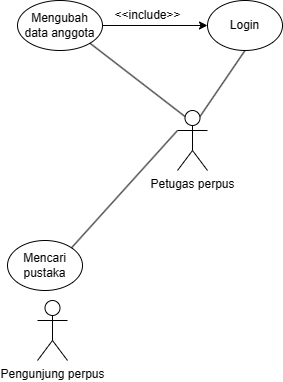
The draw.io diagram Latihan.drawio.png in mahesri/uml_ads_sms3, before a commit. Source tidied: cells renumbered, new cells last; positions are measured from the earlier drawing's top-left corner, leaving out a move shared by most shapes.
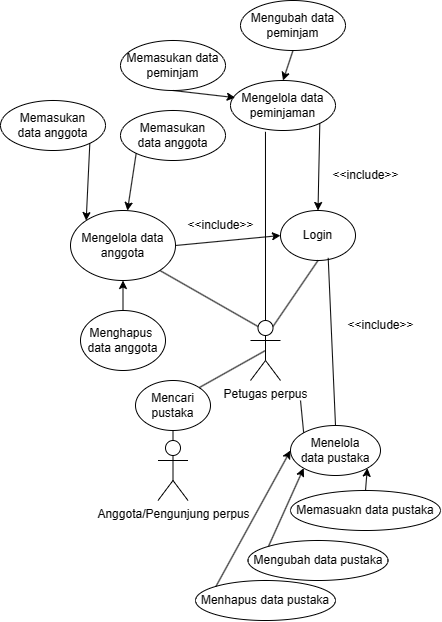
After the commit.

Diff of the diagram source:
```diff
@@ -2,8 +2,8 @@
   <root>
     <mxCell id="0" />
     <mxCell id="1" parent="0" />
-    <mxCell id="2" value="Pengunjung perpus" style="shape=umlActor;verticalLabelPosition=bottom;verticalAlign=top;html=1;outlineConnect=0;" parent="1" vertex="1">
-      <mxGeometry x="30" y="300" width="30" height="60" as="geometry" />
+    <mxCell id="2" value="Anggota/Pengunjung perpus" style="shape=umlActor;verticalLabelPosition=bottom;verticalAlign=top;html=1;outlineConnect=0;" parent="1" vertex="1">
+      <mxGeometry x="77.5" y="230" width="30" height="60" as="geometry" />
     </mxCell>
     <mxCell id="3" value="Petugas perpus" style="shape=umlActor;verticalLabelPosition=bottom;verticalAlign=top;html=1;outlineConnect=0;" parent="1" vertex="1">
       <mxGeometry x="170" y="110" width="30" height="60" as="geometry" />
@@ -14,8 +14,8 @@
     <mxCell id="5" style="endArrow=none;html=1;rounded=0;entryX=0.5;entryY=1;entryDx=0;entryDy=0;exitX=0.75;exitY=0.1;exitDx=0;exitDy=0;exitPerimeter=0;" parent="1" edge="1" source="3" target="4">
       <mxGeometry relative="1" as="geometry" />
     </mxCell>
-    <mxCell id="6" value="Mengubah data anggota" style="ellipse;whiteSpace=wrap;html=1;" parent="1" vertex="1">
-      <mxGeometry x="10" width="85" height="50" as="geometry" />
+    <mxCell id="6" value="Mengelola data anggota" style="ellipse;whiteSpace=wrap;html=1;" parent="1" vertex="1">
+      <mxGeometry x="-10" width="105" height="70" as="geometry" />
     </mxCell>
     <mxCell id="7" style="endArrow=none;html=1;rounded=0;entryX=1;entryY=1;entryDx=0;entryDy=0;exitX=0.25;exitY=0.1;exitDx=0;exitDy=0;exitPerimeter=0;" parent="1" edge="1" source="3" target="6">
       <mxGeometry relative="1" as="geometry" />
@@ -27,10 +27,87 @@
       <mxGeometry x="95" width="90" height="30" as="geometry" />
     </mxCell>
     <mxCell id="10" value="Mencari pustaka" style="ellipse;whiteSpace=wrap;html=1;" parent="1" vertex="1">
-      <mxGeometry y="240" width="75" height="50" as="geometry" />
+      <mxGeometry x="55" y="170" width="75" height="50" as="geometry" />
     </mxCell>
-    <mxCell id="11" style="endArrow=none;html=1;rounded=0;entryX=1;entryY=0;entryDx=0;entryDy=0;exitX=0;exitY=0.3333333333333333;exitDx=0;exitDy=0;exitPerimeter=0;" parent="1" edge="1" source="3" target="10">
+    <mxCell id="11" style="endArrow=none;html=1;rounded=0;entryX=1;entryY=0;entryDx=0;entryDy=0;exitX=0.5;exitY=0.5;exitDx=0;exitDy=0;exitPerimeter=0;" parent="1" edge="1" source="3" target="10">
       <mxGeometry relative="1" as="geometry" />
     </mxCell>
+    <mxCell id="12" style="endArrow=none;html=1;rounded=0;entryX=0.5;entryY=1;entryDx=0;entryDy=0;exitX=0.5;exitY=0;exitDx=0;exitDy=0;exitPerimeter=0;" parent="1" edge="1" source="2" target="10">
+      <mxGeometry relative="1" as="geometry" />
+    </mxCell>
+    <mxCell id="13" value="Mengelola data peminjaman" style="ellipse;whiteSpace=wrap;html=1;" parent="1" vertex="1">
+      <mxGeometry x="150" y="-130" width="105" height="50" as="geometry" />
+    </mxCell>
+    <mxCell id="14" style="endArrow=none;html=1;rounded=0;entryX=0.333;entryY=1.026;entryDx=0;entryDy=0;exitX=0.5;exitY=0;exitDx=0;exitDy=0;exitPerimeter=0;entryPerimeter=0;" parent="1" edge="1" source="3" target="13">
+      <mxGeometry relative="1" as="geometry" />
+    </mxCell>
+    <mxCell id="15" style="endArrow=classic;html=1;rounded=0;exitX=1;exitY=1;exitDx=0;exitDy=0;entryX=0.5;entryY=0;entryDx=0;entryDy=0;" parent="1" edge="1" source="13" target="4">
+      <mxGeometry relative="1" as="geometry" />
+    </mxCell>
+    <mxCell id="16" value="&amp;lt;&amp;lt;include&amp;gt;&amp;gt;" style="text;html=1;align=center;verticalAlign=middle;strokeColor=none;fillColor=none;" parent="1" vertex="1">
+      <mxGeometry x="240" y="-50" width="90" height="30" as="geometry" />
+    </mxCell>
+    <mxCell id="17" value="Mengubah data peminjam" style="ellipse;whiteSpace=wrap;html=1;" parent="1" vertex="1">
+      <mxGeometry x="160" y="-210" width="105" height="50" as="geometry" />
+    </mxCell>
+    <mxCell id="18" style="endArrow=classic;html=1;rounded=0;exitX=0.5;exitY=1;exitDx=0;exitDy=0;entryX=0.5;entryY=0;entryDx=0;entryDy=0;" parent="1" edge="1" source="17" target="13">
+      <mxGeometry relative="1" as="geometry" />
+    </mxCell>
+    <mxCell id="19" value="Memasukan data peminjam" style="ellipse;whiteSpace=wrap;html=1;" parent="1" vertex="1">
+      <mxGeometry x="40" y="-170" width="105" height="50" as="geometry" />
+    </mxCell>
+    <mxCell id="20" style="endArrow=classic;html=1;rounded=0;exitX=0.5;exitY=1;exitDx=0;exitDy=0;entryX=0.045;entryY=0.343;entryDx=0;entryDy=0;entryPerimeter=0;" parent="1" edge="1" source="19" target="13">
+      <mxGeometry relative="1" as="geometry" />
+    </mxCell>
+    <mxCell id="21" value="Memasukan&lt;br&gt;data anggota" style="ellipse;whiteSpace=wrap;html=1;" parent="1" vertex="1">
+      <mxGeometry x="40" y="-100" width="105" height="50" as="geometry" />
+    </mxCell>
+    <mxCell id="22" style="endArrow=classic;html=1;rounded=0;exitX=0;exitY=1;exitDx=0;exitDy=0;" parent="1" edge="1" source="21" target="6">
+      <mxGeometry relative="1" as="geometry" />
+    </mxCell>
+    <mxCell id="23" value="Memasukan&lt;br&gt;data anggota" style="ellipse;whiteSpace=wrap;html=1;" parent="1" vertex="1">
+      <mxGeometry x="-80" y="-110" width="105" height="50" as="geometry" />
+    </mxCell>
+    <mxCell id="24" style="endArrow=classic;html=1;rounded=0;exitX=1;exitY=1;exitDx=0;exitDy=0;entryX=0;entryY=0;entryDx=0;entryDy=0;" parent="1" edge="1" source="23" target="6">
+      <mxGeometry relative="1" as="geometry" />
+    </mxCell>
+    <mxCell id="25" value="Menghapus&amp;nbsp;&lt;br&gt;data anggota" style="ellipse;whiteSpace=wrap;html=1;" parent="1" vertex="1">
+      <mxGeometry y="100" width="85" height="60" as="geometry" />
+    </mxCell>
+    <mxCell id="26" style="endArrow=classic;html=1;rounded=0;entryX=0.5;entryY=1;entryDx=0;entryDy=0;exitX=0.5;exitY=0;exitDx=0;exitDy=0;" parent="1" edge="1" source="25" target="6">
+      <mxGeometry relative="1" as="geometry" />
+    </mxCell>
+    <mxCell id="27" value="Menelola&lt;br&gt;data pustaka" style="ellipse;whiteSpace=wrap;html=1;" parent="1" vertex="1">
+      <mxGeometry x="210" y="215" width="90" height="50" as="geometry" />
+    </mxCell>
+    <mxCell id="28" style="endArrow=none;html=1;rounded=0;exitX=0;exitY=0;exitDx=0;exitDy=0;" parent="1" edge="1" source="27">
+      <mxGeometry relative="1" as="geometry">
+        <mxPoint x="220" y="190" as="targetPoint" />
+      </mxGeometry>
+    </mxCell>
+    <mxCell id="29" style="endArrow=none;html=1;rounded=0;entryX=0.636;entryY=0.948;entryDx=0;entryDy=0;entryPerimeter=0;exitX=0.5;exitY=0;exitDx=0;exitDy=0;" parent="1" edge="1" source="27" target="4">
+      <mxGeometry relative="1" as="geometry" />
+    </mxCell>
+    <mxCell id="30" value="&amp;lt;&amp;lt;include&amp;gt;&amp;gt;" style="text;html=1;align=center;verticalAlign=middle;strokeColor=none;fillColor=none;" parent="1" vertex="1">
+      <mxGeometry x="255" y="100" width="90" height="30" as="geometry" />
+    </mxCell>
+    <mxCell id="31" value="Menhapus data pustaka" style="ellipse;whiteSpace=wrap;html=1;" parent="1" vertex="1">
+      <mxGeometry x="115" y="370" width="140" height="40" as="geometry" />
+    </mxCell>
+    <mxCell id="32" value="Mengubah data pustaka" style="ellipse;whiteSpace=wrap;html=1;" parent="1" vertex="1">
+      <mxGeometry x="167.5" y="330" width="140" height="40" as="geometry" />
+    </mxCell>
+    <mxCell id="33" value="Memasuakn data pustaka" style="ellipse;whiteSpace=wrap;html=1;" parent="1" vertex="1">
+      <mxGeometry x="210" y="280" width="150" height="40" as="geometry" />
+    </mxCell>
+    <mxCell id="34" style="endArrow=classic;html=1;rounded=0;entryX=1;entryY=1;entryDx=0;entryDy=0;exitX=0.5;exitY=0;exitDx=0;exitDy=0;" parent="1" edge="1" source="33" target="27">
+      <mxGeometry relative="1" as="geometry" />
+    </mxCell>
+    <mxCell id="35" style="endArrow=classic;html=1;rounded=0;exitX=0;exitY=0;exitDx=0;exitDy=0;entryX=0;entryY=1;entryDx=0;entryDy=0;" parent="1" edge="1" source="32" target="27">
+      <mxGeometry relative="1" as="geometry" />
+    </mxCell>
+    <mxCell id="36" style="endArrow=classic;html=1;rounded=0;exitX=0;exitY=0;exitDx=0;exitDy=0;entryX=0;entryY=0.5;entryDx=0;entryDy=0;" parent="1" edge="1" source="31" target="27">
+      <mxGeometry relative="1" as="geometry" />
+    </mxCell>
   </root>
 </mxGraphModel>
```
